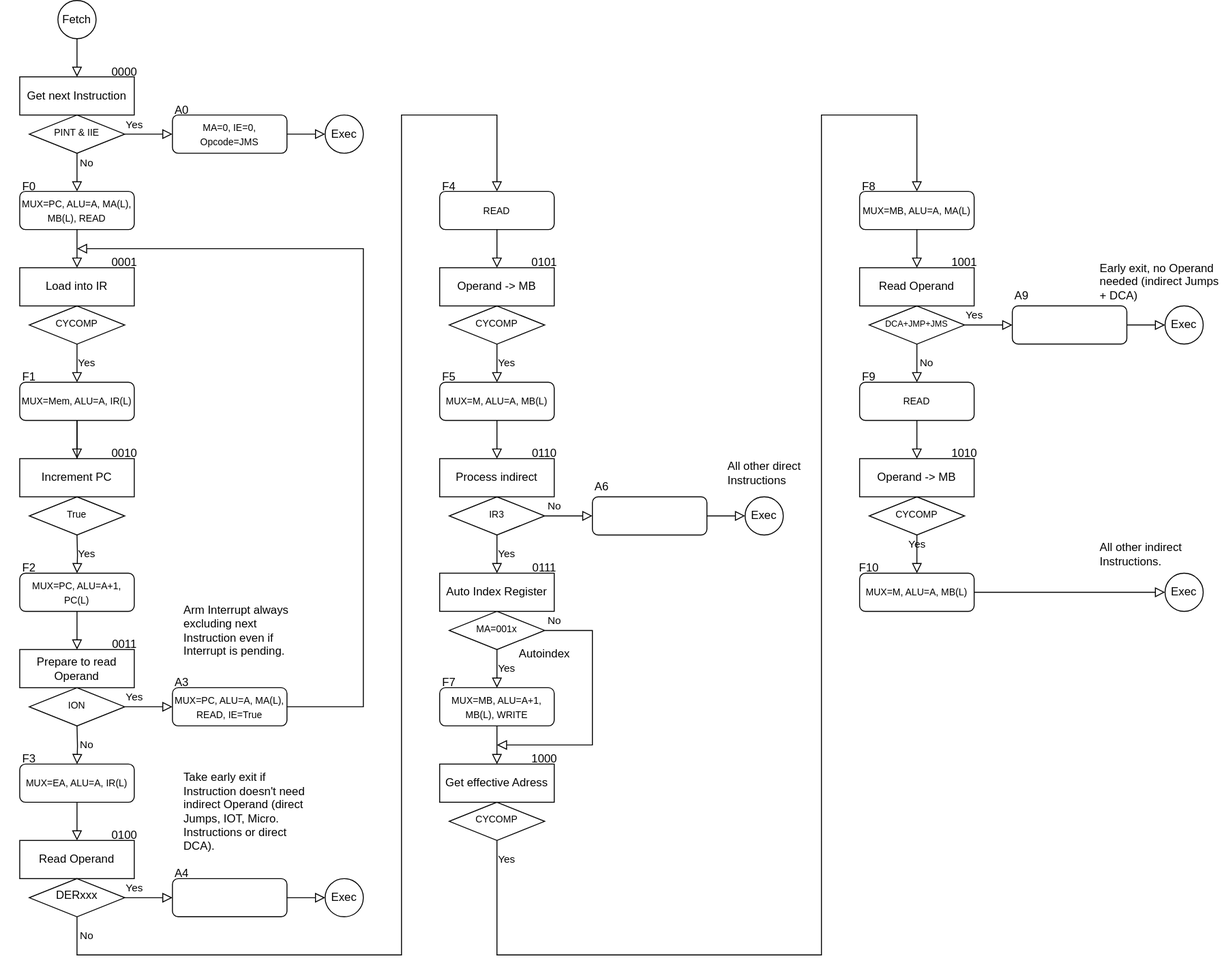
Above: Documentation/LD12-Fetch-Flowchart.svg in altelch/pdp8-ld12 (draw.io), before the change. Source tidied: cells renumbered, new cells last; positions are measured from the earlier drawing's top-left corner, leaving out a move shared by most shapes.
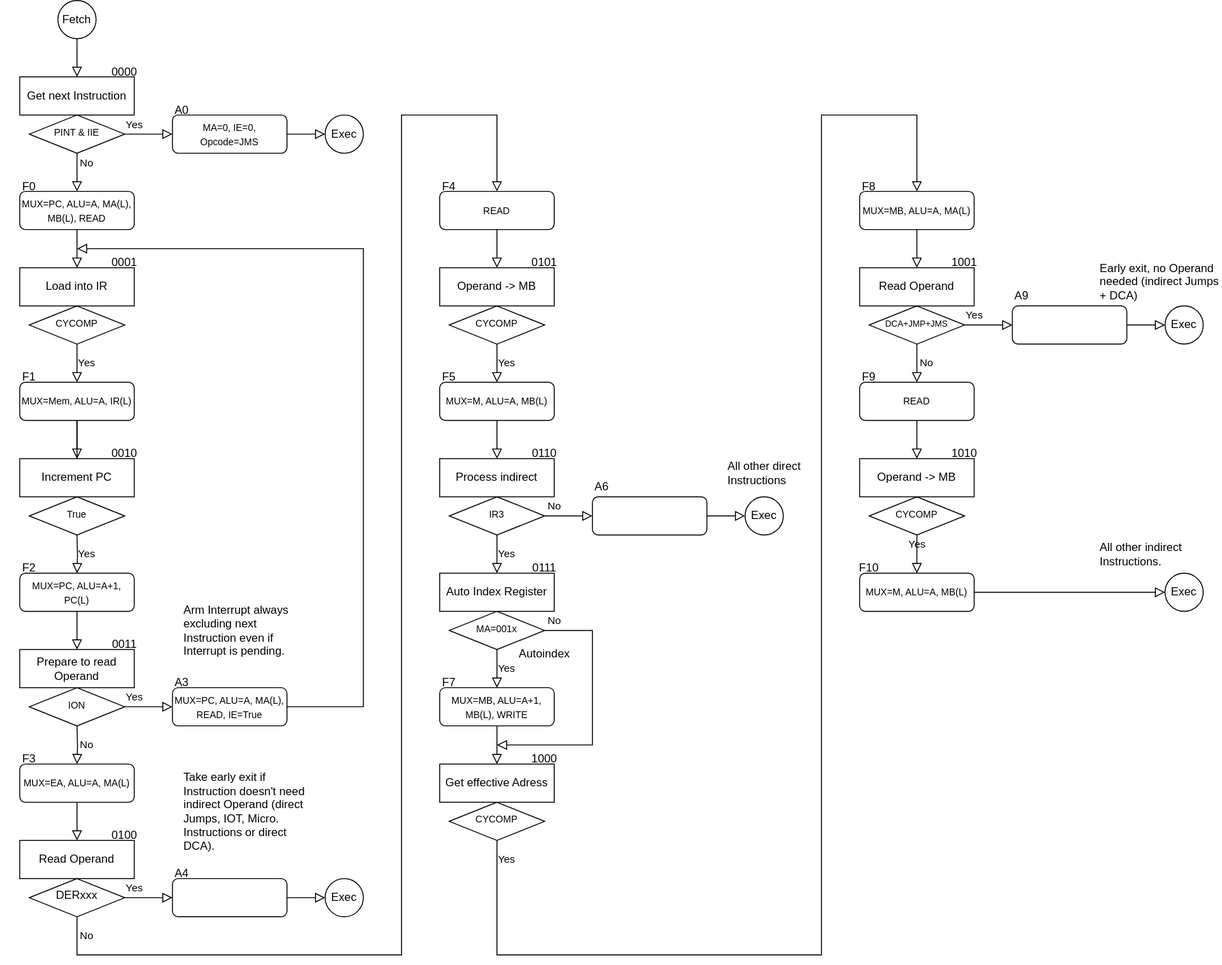
The same diagram one commit later.

Change to the diagram source:
```diff
@@ -143,7 +143,7 @@
     <mxCell id="44" value="F3" style="text;html=1;align=center;verticalAlign=middle;whiteSpace=wrap;rounded=0;" parent="1" vertex="1">
       <mxGeometry y="780" width="60" height="30" as="geometry" />
     </mxCell>
-    <mxCell id="45" value="&lt;font style=&quot;font-size: 10px;&quot;&gt;MUX=EA, ALU=A, IR(L)&lt;/font&gt;" style="rounded=1;whiteSpace=wrap;html=1;fontSize=12;glass=0;strokeWidth=1;shadow=0;" parent="1" vertex="1">
+    <mxCell id="45" value="&lt;font style=&quot;font-size: 10px;&quot;&gt;MUX=EA, ALU=A, MA(L)&lt;/font&gt;" style="rounded=1;whiteSpace=wrap;html=1;fontSize=12;glass=0;strokeWidth=1;shadow=0;" parent="1" vertex="1">
       <mxGeometry x="20" y="800" width="120" height="40" as="geometry" />
     </mxCell>
     <mxCell id="46" value="No" style="rounded=0;html=1;jettySize=auto;fontSize=11;endArrow=block;endFill=0;endSize=8;strokeWidth=1;shadow=0;labelBackgroundColor=none;edgeStyle=orthogonalEdgeStyle;exitX=0.5;exitY=1;exitDx=0;exitDy=0;entryX=0.5;entryY=0;entryDx=0;entryDy=0;" parent="1" edge="1" target="45">
```
